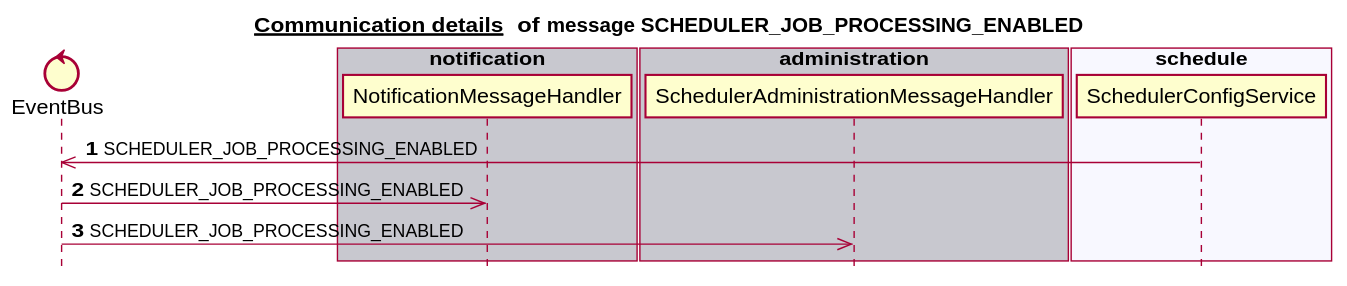
Above: docs/latest/images/gen_domain_messaging_scheduler_job_processing_enabled.svg in mercedes-benz/sechub (PlantUML), before the change.
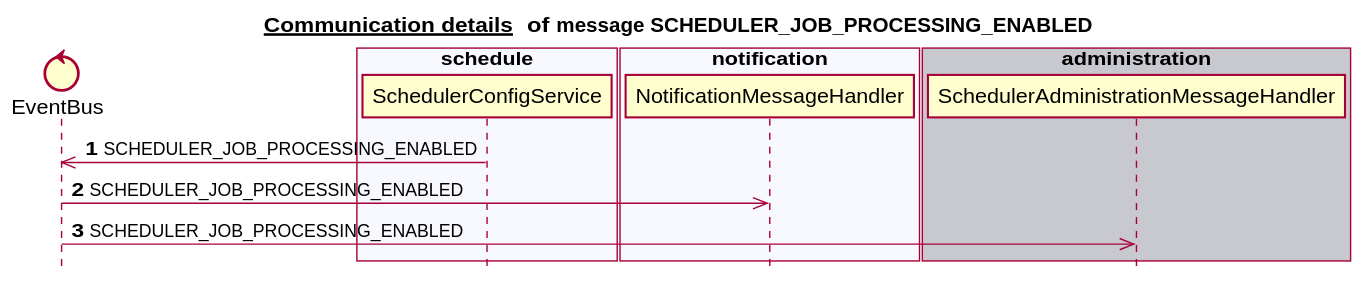
The same diagram one commit later.

What changed in the source:
```diff
@@ -6,18 +6,18 @@
 
 
 control EventBus
-box "notification" #C8C8CF
-   participant NotificationMessageHandler
-end box
-box "authorization" #F8F8FF
-end box
-box "administration" #C8C8CF
-   participant SchedulerAdministrationMessageHandler
+box "scan" #C8C8CF
 end box
 box "schedule" #F8F8FF
    participant SchedulerConfigService
 end box
-box "scan" #C8C8CF
+box "authorization" #C8C8CF
+end box
+box "notification" #F8F8FF
+   participant NotificationMessageHandler
+end box
+box "administration" #C8C8CF
+   participant SchedulerAdministrationMessageHandler
 end box
 autonumber 1
 SchedulerConfigService ->> EventBus:SCHEDULER_JOB_PROCESSING_ENABLED
```
